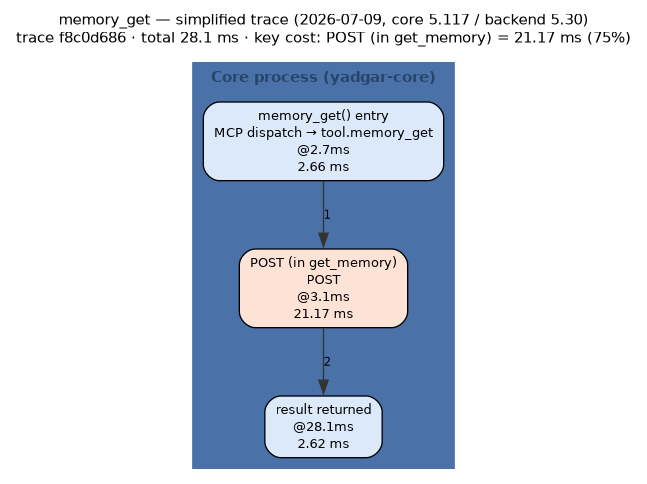
Before: docs/diagrams/out/memory_get-trace-2026-07-09.png, a diagram exported from Graphviz (m-agahi/yadgar). Its source is kept beside it as docs/diagrams/out/memory_get-trace-2026-07-09.dot. Its diagram source:
```dot
digraph flow {
  rankdir="TB";
  newrank=true;
  compound=true;
  nodesep=0.35;
  ranksep=0.55;
  graph [fontname="Helvetica", fontsize=11, labelloc="t"];
  node  [fontname="Helvetica", fontsize=10];
  edge  [fontname="Helvetica", fontsize=9];
  label="memory_get — simplified trace (2026-07-09, core 5.117 / backend 5.30)
trace f8c0d686 · total 28.1 ms · key cost: POST (in get_memory) = 21.17 ms (75%)";
  subgraph "cluster_core" {
    label="Core process (yadgar-core)";
    style=filled;
    bgcolor="#eef4fb";
    color="#4a72a8";
    fontcolor="#26456b";
    fontname="Helvetica-Bold";
    "entry" [shape="box", style="rounded,filled", fillcolor="#dbe9fb", label="memory_get() entry\nMCP dispatch → tool.memory_get\n@2.7ms\n2.66 ms"];
    "s0" [shape="box", style="rounded,filled", fillcolor="#fce3d6", label="POST (in get_memory)\nPOST\n@3.1ms\n21.17 ms"];
    "done" [shape="box", style="rounded,filled", fillcolor="#dbe9fb", label="result returned\n@28.1ms\n2.62 ms"];
  }
  "entry" -> "s0" [color="#333333", style="solid", label="1"];
  "s0" -> "done" [color="#333333", style="solid", label="2"];
}
```
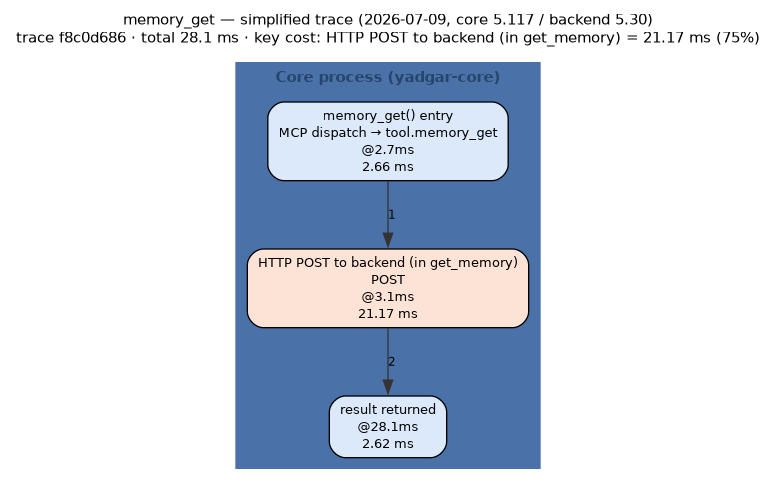
Above is the later version.

Change to the diagram source:
```diff
@@ -8,7 +8,7 @@
   node  [fontname="Helvetica", fontsize=10];
   edge  [fontname="Helvetica", fontsize=9];
   label="memory_get — simplified trace (2026-07-09, core 5.117 / backend 5.30)
-trace f8c0d686 · total 28.1 ms · key cost: POST (in get_memory) = 21.17 ms (75%)";
+trace f8c0d686 · total 28.1 ms · key cost: HTTP POST to backend (in get_memory) = 21.17 ms (75%)";
   subgraph "cluster_core" {
     label="Core process (yadgar-core)";
     style=filled;
@@ -17,7 +17,7 @@
     fontcolor="#26456b";
     fontname="Helvetica-Bold";
     "entry" [shape="box", style="rounded,filled", fillcolor="#dbe9fb", label="memory_get() entry\nMCP dispatch → tool.memory_get\n@2.7ms\n2.66 ms"];
-    "s0" [shape="box", style="rounded,filled", fillcolor="#fce3d6", label="POST (in get_memory)\nPOST\n@3.1ms\n21.17 ms"];
+    "s0" [shape="box", style="rounded,filled", fillcolor="#fce3d6", label="HTTP POST to backend (in get_memory)\nPOST\n@3.1ms\n21.17 ms"];
     "done" [shape="box", style="rounded,filled", fillcolor="#dbe9fb", label="result returned\n@28.1ms\n2.62 ms"];
   }
   "entry" -> "s0" [color="#333333", style="solid", label="1"];
```
